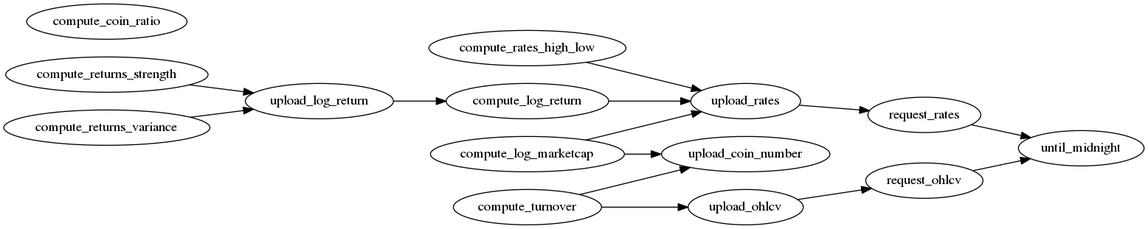
Above: graph.png in etaleinc/coinAPI-data (Graphviz), before the change. Its source is kept beside it as graph.dot. Its diagram source:
```dot
digraph G {
rankdir=LR
compute_rates_high_low -> upload_rates;
compute_log_return -> upload_rates;
compute_coin_ratio;
compute_log_marketcap -> upload_coin_number;
compute_log_marketcap -> upload_rates;
compute_turnover -> upload_ohlcv;
compute_turnover -> upload_coin_number;
upload_ohlcv -> request_ohlcv;
request_ohlcv -> until_midnight;
upload_coin_number;
request_rates -> until_midnight;
upload_rates -> request_rates;
upload_log_return -> compute_log_return;
compute_returns_strength -> upload_log_return;
compute_returns_variance -> upload_log_return;
}
```
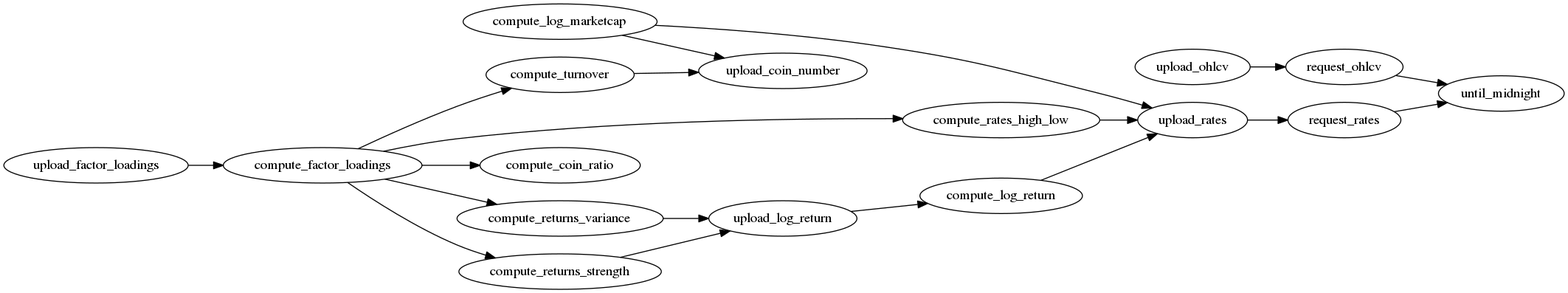
The same diagram one commit later.

The edit, as a diff of the source:
```diff
@@ -5,14 +5,19 @@
 compute_coin_ratio;
 compute_log_marketcap -> upload_coin_number;
 compute_log_marketcap -> upload_rates;
-compute_turnover -> upload_ohlcv;
 compute_turnover -> upload_coin_number;
 upload_ohlcv -> request_ohlcv;
 request_ohlcv -> until_midnight;
 upload_coin_number;
 request_rates -> until_midnight;
 upload_rates -> request_rates;
+compute_factor_loadings -> compute_rates_high_low;
+compute_factor_loadings -> compute_coin_ratio;
+compute_factor_loadings -> compute_turnover;
+compute_factor_loadings -> compute_returns_variance;
+compute_factor_loadings -> compute_returns_strength;
 upload_log_return -> compute_log_return;
 compute_returns_strength -> upload_log_return;
 compute_returns_variance -> upload_log_return;
+upload_factor_loadings -> compute_factor_loadings;
 }
```
